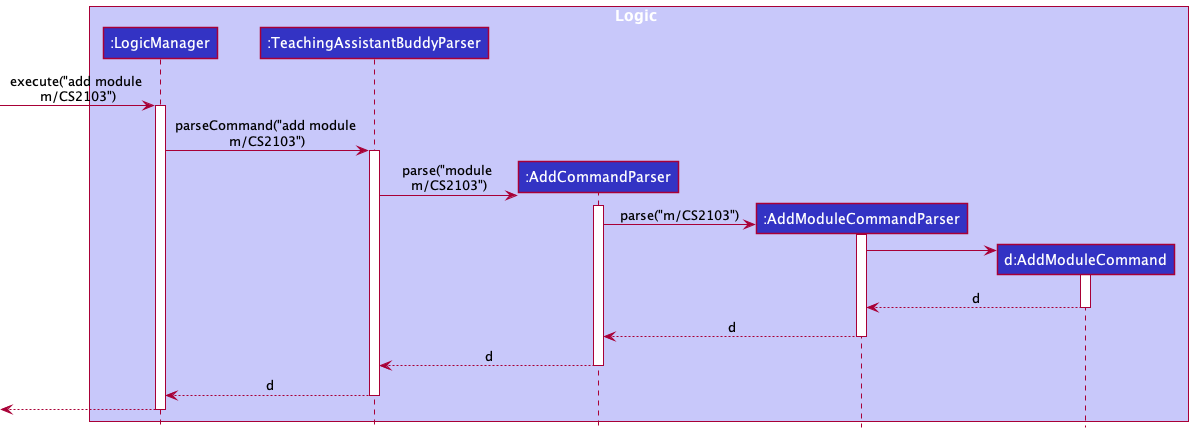
nus-cs2103-AY2122S1/tp keeps this PlantUML diagram as docs/images/AddModuleSequenceDiagram1.png. Above is the earlier version. The source it was exported from:
```plantuml
@startuml
!include ../style.puml

box Logic LOGIC_COLOR_T1
participant ":LogicManager" as LogicManager LOGIC_COLOR
participant ":TeachingAssistantBuddyParser" as TeachingAssistantBuddyParser LOGIC_COLOR
participant ":AddCommandParser" as AddCommandParser LOGIC_COLOR
participant ":AddModuleCommandParser" as AddModuleCommandParser LOGIC_COLOR
participant "d:AddModuleCommand" as AddModuleCommand LOGIC_COLOR
end box


[-> LogicManager : execute("add module \nm/CS2103")
activate LogicManager

LogicManager -> TeachingAssistantBuddyParser : parseCommand("add module \nm/CS2103")
activate TeachingAssistantBuddyParser

create AddCommandParser
TeachingAssistantBuddyParser -> AddCommandParser : parse("module \nm/CS2103")
activate AddCommandParser

create AddModuleCommandParser
AddCommandParser -> AddModuleCommandParser : parse("m/CS2103")
activate AddModuleCommandParser

create AddModuleCommand
AddModuleCommandParser -> AddModuleCommand
activate AddModuleCommand

AddModuleCommand --> AddModuleCommandParser : d
deactivate AddModuleCommand

AddModuleCommandParser --> AddCommandParser : d
deactivate AddModuleCommandParser

AddCommandParser --> TeachingAssistantBuddyParser : d
deactivate AddCommandParser

TeachingAssistantBuddyParser --> LogicManager : d
deactivate TeachingAssistantBuddyParser

[<--LogicManager
deactivate LogicManager
@enduml
```
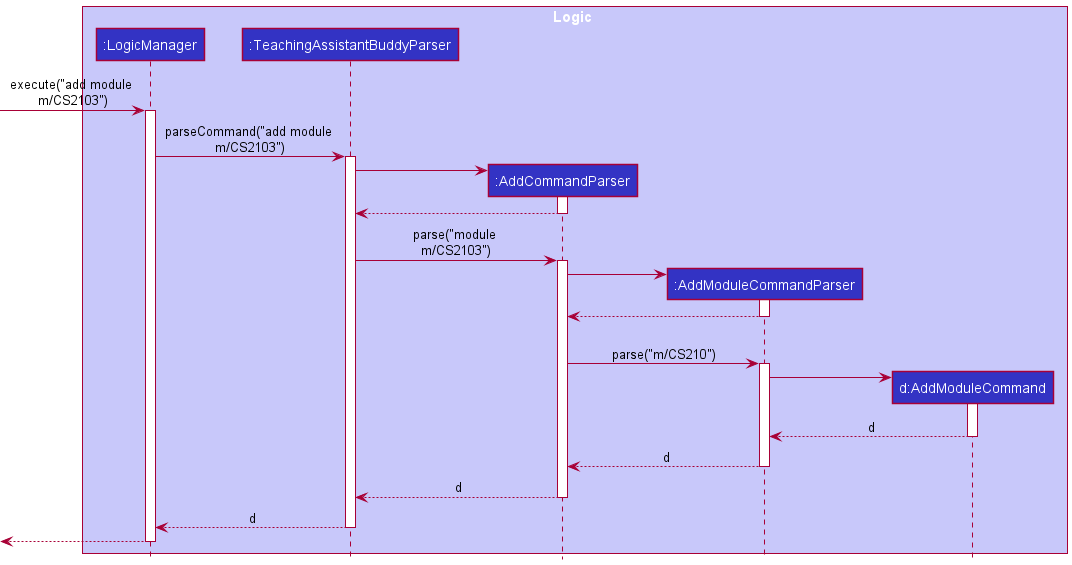
The same file after the commit.

What changed in the source:
```diff
@@ -17,11 +17,22 @@
 activate TeachingAssistantBuddyParser
 
 create AddCommandParser
+TeachingAssistantBuddyParser -> AddCommandParser
+activate AddCommandParser
+
+AddCommandParser --> TeachingAssistantBuddyParser
+deactivate AddCommandParser
+
 TeachingAssistantBuddyParser -> AddCommandParser : parse("module \nm/CS2103")
 activate AddCommandParser
 
 create AddModuleCommandParser
-AddCommandParser -> AddModuleCommandParser : parse("m/CS2103")
+AddCommandParser -> AddModuleCommandParser
+activate AddModuleCommandParser
+AddModuleCommandParser --> AddCommandParser
+deactivate AddModuleCommandParser
+
+AddCommandParser -> AddModuleCommandParser : \nparse("m/CS210")
 activate AddModuleCommandParser
 
 create AddModuleCommand
```
